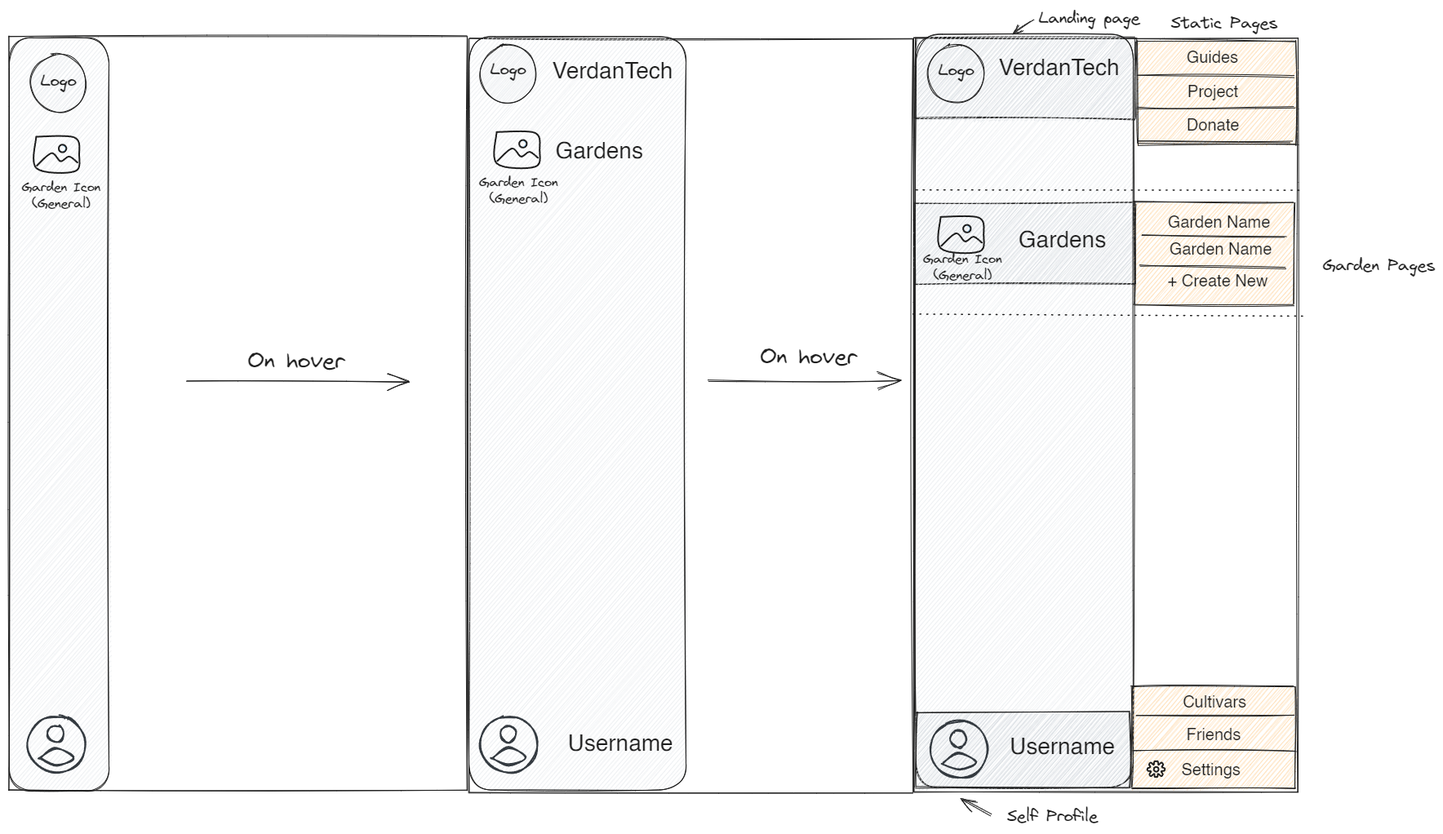
The Excalidraw diagram outline/app-shell/wireframes/auth-app-base.excalidraw.png in VerdanTech/Vdt-Webapp, before a commit. Source tidied: one line per element, renumbered; positions are measured from the earlier drawing's top-left corner, leaving out a move shared by most shapes.
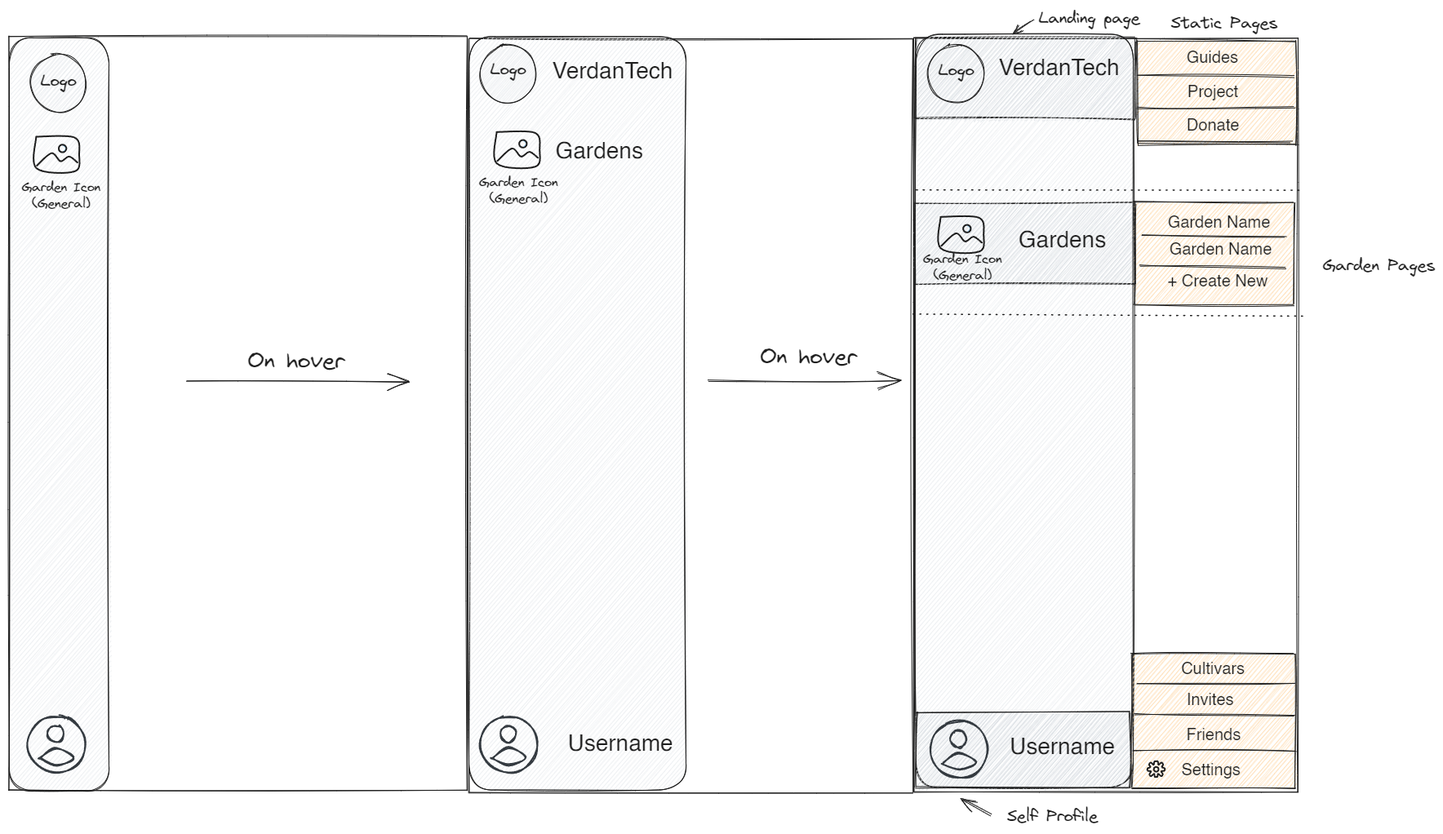
Later version of the same file.

The edit, as a diff of the source:
```diff
@@ -42,7 +42,7 @@
 {"id": 41, "type": "ellipse", "strokeColor": "#343a40", "strokeWidth": 2, "roughness": 1, "x": 1155, "y": 885, "width": 20, "height": 21}
 {"id": 42, "type": "line", "strokeColor": "#343a40", "strokeWidth": 2, "roughness": 1, "round": true, "x": 1145, "y": 925, "width": 41, "height": 21, "points": [[0, 0], [20, -13], [41, 0], [21, 8], [0, 0]]}
 {"id": 43, "type": "text", "text": "Username", "strokeColor": "#1e1e1e", "backgroundColor": "#e9ecef", "fillStyle": "hachure", "strokeWidth": 1, "roughness": 1, "fontSize": 28, "fontFamily": 2, "x": 1227, "y": 888, "width": 129, "height": 32}
-{"id": 44, "type": "rectangle", "strokeColor": "#1e1e1e", "backgroundColor": "#ffd8a8", "fillStyle": "hachure", "strokeWidth": 1, "roughness": 1, "x": 1377, "y": 832, "width": 200, "height": 124}
+{"id": 44, "type": "rectangle", "strokeColor": "#1e1e1e", "backgroundColor": "#ffd8a8", "fillStyle": "hachure", "strokeWidth": 1, "roughness": 1, "x": 1377, "y": 792, "width": 200, "height": 164}
 {"id": 45, "type": "line", "strokeColor": "#1e1e1e", "backgroundColor": "#ffd8a8", "fillStyle": "hachure", "strokeWidth": 1, "roughness": 1, "x": 1378, "y": 910, "width": 201, "height": 1, "points": [[0, 0], [201, 1]]}
 {"id": 46, "type": "line", "strokeColor": "#1e1e1e", "strokeWidth": 2, "roughness": 0, "round": true, "x": 1406, "y": 942, "width": 10, "height": 19, "points": [[0, 0], [-2, 0], [-2, -4], [-6, -1], [-8, -3], [-6, -7], [-10, -8], [-10, -11], [-7, -12], [-8, -15], [-6, -18], [-4, -16], [-3, -15], [-2, -19], [0, -19]]}
 {"id": 47, "type": "line", "strokeColor": "#1e1e1e", "strokeWidth": 2, "roughness": 0, "round": true, "x": 1407, "y": 942, "width": 10, "height": 19, "points": [[0, 0], [2, 0], [2, -4], [6, -1], [8, -3], [6, -7], [10, -8], [10, -11], [7, -12], [8, -15], [6, -18], [4, -16], [3, -15], [2, -19], [0, -19]]}
@@ -64,10 +64,12 @@
 {"id": 63, "type": "line", "strokeColor": "#1e1e1e", "strokeWidth": 1, "strokeStyle": "dotted", "roughness": 1, "round": true, "x": 1585, "y": 377, "width": 475, "height": 2, "points": [[0, 0], [-475, -2]]}
 {"id": 64, "type": "text", "text": "On hover", "strokeColor": "#1e1e1e", "backgroundColor": "#e9ecef", "fillStyle": "hachure", "strokeWidth": 1, "roughness": 1, "fontSize": 28, "fontFamily": 1, "x": 921, "y": 410, "width": 119, "height": 35}
 {"id": 65, "type": "arrow", "strokeColor": "#1e1e1e", "backgroundColor": "#e9ecef", "fillStyle": "hachure", "strokeWidth": 1, "roughness": 1, "endArrowhead": "arrow", "from": 14, "to": 29, "x": 858, "y": 457, "width": 236, "height": 0, "points": [[0, 0], [236, 0]]}
-{"id": 66, "type": "line", "strokeColor": "#1e1e1e", "backgroundColor": "#ffd8a8", "fillStyle": "hachure", "strokeWidth": 1, "roughness": 1, "x": 1381, "y": 866, "width": 196, "height": 1, "points": [[0, 0], [196, 1]]}
+{"id": 66, "type": "line", "strokeColor": "#1e1e1e", "backgroundColor": "#ffd8a8", "fillStyle": "hachure", "strokeWidth": 1, "roughness": 1, "x": 1382, "y": 827, "width": 196, "height": 1, "points": [[0, 0], [196, 1]]}
-{"id": 67, "type": "text", "text": "Cultivars", "strokeColor": "#1e1e1e", "backgroundColor": "#ced4da", "fillStyle": "hachure", "strokeWidth": 1, "roughness": 1, "fontSize": 20, "fontFamily": 2, "x": 1439, "y": 838, "width": 78, "height": 23}
+{"id": 67, "type": "text", "text": "Cultivars", "strokeColor": "#1e1e1e", "backgroundColor": "#ced4da", "fillStyle": "hachure", "strokeWidth": 1, "roughness": 1, "fontSize": 20, "fontFamily": 2, "x": 1437, "y": 798, "width": 78, "height": 23}
 {"id": 68, "type": "text", "text": "Garden Icon\n(General)", "strokeColor": "#1e1e1e", "backgroundColor": "#e9ecef", "fillStyle": "hachure", "strokeWidth": 1, "roughness": 1, "fontSize": 16, "fontFamily": 1, "textAlign": "center", "x": 577, "y": 204, "width": 97, "height": 40}
 {"id": 69, "type": "text", "text": "Garden Icon\n(General)", "strokeColor": "#1e1e1e", "backgroundColor": "#e9ecef", "fillStyle": "hachure", "strokeWidth": 1, "roughness": 1, "fontSize": 16, "fontFamily": 1, "textAlign": "center", "x": 1121, "y": 298, "width": 97, "height": 40}
+{"id": 77, "type": "line", "strokeColor": "#1e1e1e", "backgroundColor": "#ffd8a8", "fillStyle": "hachure", "strokeWidth": 1, "roughness": 1, "x": 1380, "y": 865, "width": 196, "height": 1, "points": [[0, 0], [196, 1]]}
+{"id": 78, "type": "text", "text": "Invites", "strokeColor": "#1e1e1e", "backgroundColor": "#ced4da", "fillStyle": "hachure", "strokeWidth": 1, "roughness": 1, "fontSize": 20, "fontFamily": 2, "x": 1444, "y": 836, "width": 58, "height": 23}
 {"id": 70, "type": "frame", "strokeColor": "#bbb", "strokeWidth": 1, "roughness": 0, "x": 0, "y": 35, "width": 1581, "height": 925}
 {"id": 71, "type": "text", "text": "Static Pages", "strokeColor": "#1e1e1e", "strokeWidth": 1, "roughness": 1, "fontSize": 20, "fontFamily": 1, "x": 1424, "y": 6, "width": 131, "height": 25}
 {"id": 72, "type": "text", "text": "Landing page", "strokeColor": "#1e1e1e", "strokeWidth": 1, "roughness": 1, "fontSize": 20, "fontFamily": 1, "x": 1262, "y": 0, "width": 124, "height": 25}
```
